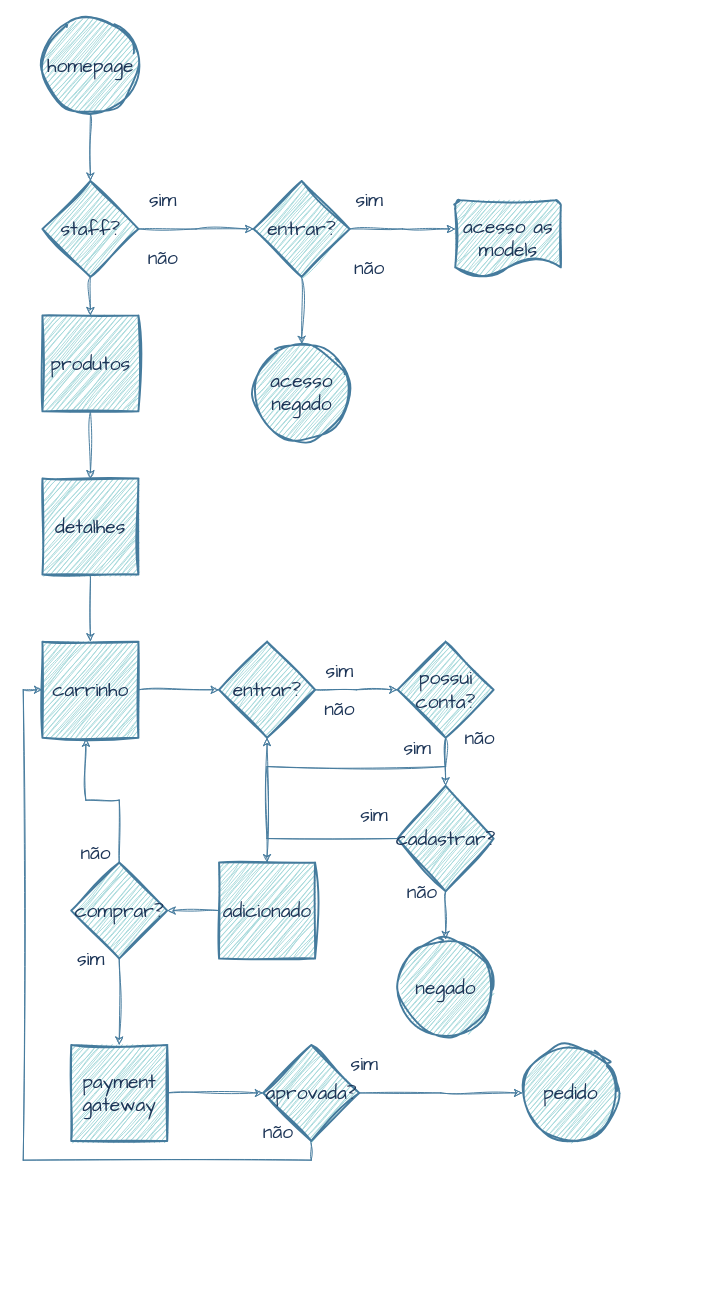
The draw.io diagram docs/fluxograma.drawio in rafaelngoncalves5/classewatches, before the edit. Source tidied: cells renumbered, new cells numbered last; positions are measured from the earlier drawing's top-left corner, leaving out a move shared by most shapes. Both pictures are drawn from the tidied source at 96%, with x=0, y=0 at pixel (42, 17).
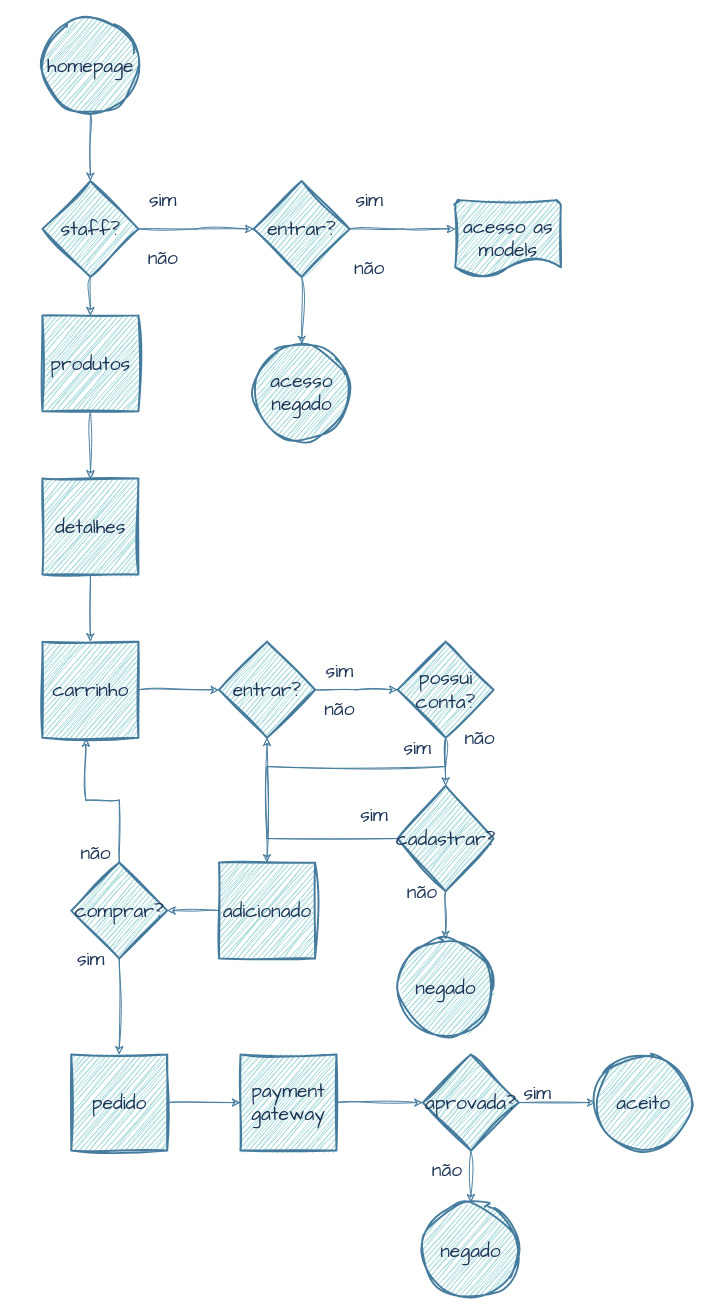
The same page after the edit.

The change refers to these unchanged cells:
```xml
<mxCell id="21" value="carrinho" style="rounded=0;whiteSpace=wrap;html=1;absoluteArcSize=1;arcSize=14;strokeWidth=2;hachureGap=4;fontFamily=Architects Daughter;fontSize=20;sketch=1;curveFitting=1;jiggle=2;labelBackgroundColor=none;fillColor=#A8DADC;strokeColor=#457B9D;fontColor=#1D3557;" parent="1" vertex="1">
  <mxGeometry x="-0.3" y="650" width="100" height="100" as="geometry" />
</mxCell>
<mxCell id="41" value="comprar?" style="strokeWidth=2;html=1;shape=mxgraph.flowchart.decision;whiteSpace=wrap;hachureGap=4;fontFamily=Architects Daughter;fontSize=20;rounded=0;sketch=1;curveFitting=1;jiggle=2;labelBackgroundColor=none;fillColor=#A8DADC;strokeColor=#457B9D;fontColor=#1D3557;" parent="1" vertex="1">
  <mxGeometry x="29.7" y="880" width="100" height="100" as="geometry" />
</mxCell>
```

Diff of the diagram source:
```diff
@@
-    <mxCell id="40" style="edgeStyle=orthogonalEdgeStyle;rounded=0;sketch=1;hachureGap=4;jiggle=2;curveFitting=1;jettySize=auto;html=1;exitX=0.5;exitY=1;exitDx=0;exitDy=0;exitPerimeter=0;fontFamily=Architects Daughter;fontSize=16;entryX=0.5;entryY=0;entryDx=0;entryDy=0;labelBackgroundColor=none;strokeColor=#457B9D;" parent="1" edge="1" source="41" target="45">
+    <mxCell id="40" style="edgeStyle=orthogonalEdgeStyle;rounded=0;sketch=1;hachureGap=4;jiggle=2;curveFitting=1;jettySize=auto;html=1;exitX=0.5;exitY=1;exitDx=0;exitDy=0;exitPerimeter=0;fontFamily=Architects Daughter;fontSize=16;entryX=0.5;entryY=0;entryDx=0;entryDy=0;labelBackgroundColor=none;strokeColor=#457B9D;" parent="1" edge="1" source="41" target="49">
       <mxGeometry relative="1" as="geometry" />
     </mxCell>
@@
-    <mxCell id="44" style="edgeStyle=orthogonalEdgeStyle;rounded=0;sketch=1;hachureGap=4;jiggle=2;curveFitting=1;jettySize=auto;html=1;exitX=1;exitY=0.5;exitDx=0;exitDy=0;entryX=0;entryY=0.5;entryDx=0;entryDy=0;entryPerimeter=0;fontFamily=Architects Daughter;fontSize=16;labelBackgroundColor=none;strokeColor=#457B9D;" parent="1" edge="1" source="45" target="48">
+    <mxCell id="44" style="edgeStyle=orthogonalEdgeStyle;rounded=0;sketch=1;hachureGap=4;jiggle=2;curveFitting=1;jettySize=auto;html=1;fontFamily=Architects Daughter;fontSize=16;entryX=0;entryY=0.5;entryDx=0;entryDy=0;entryPerimeter=0;labelBackgroundColor=none;strokeColor=#457B9D;" parent="1" edge="1" source="45" target="48">
       <mxGeometry relative="1" as="geometry" />
     </mxCell>
     <mxCell id="45" value="payment gateway" style="rounded=0;whiteSpace=wrap;html=1;absoluteArcSize=1;arcSize=14;strokeWidth=2;hachureGap=4;fontFamily=Architects Daughter;fontSize=20;sketch=1;curveFitting=1;jiggle=2;labelBackgroundColor=none;fillColor=#A8DADC;strokeColor=#457B9D;fontColor=#1D3557;" parent="1" vertex="1">
-      <mxGeometry x="29.7" y="1070" width="100" height="100" as="geometry" />
+      <mxGeometry x="206" y="1080" width="100" height="100" as="geometry" />
     </mxCell>
-    <mxCell id="46" style="edgeStyle=orthogonalEdgeStyle;rounded=0;sketch=1;hachureGap=4;jiggle=2;curveFitting=1;jettySize=auto;html=1;exitX=1;exitY=0.5;exitDx=0;exitDy=0;exitPerimeter=0;fontFamily=Architects Daughter;fontSize=16;labelBackgroundColor=none;strokeColor=#457B9D;" parent="1" edge="1" source="48">
-      <mxGeometry relative="1" as="geometry">
-        <mxPoint x="499.7" y="1120" as="targetPoint" />
-      </mxGeometry>
+    <mxCell id="46" style="edgeStyle=orthogonalEdgeStyle;rounded=0;sketch=1;hachureGap=4;jiggle=2;curveFitting=1;jettySize=auto;html=1;exitX=1;exitY=0.5;exitDx=0;exitDy=0;exitPerimeter=0;fontFamily=Architects Daughter;fontSize=16;labelBackgroundColor=none;strokeColor=#457B9D;entryX=0;entryY=0.5;entryDx=0;entryDy=0;entryPerimeter=0;" parent="1" edge="1" source="48" target="54">
+      <mxGeometry relative="1" as="geometry" />
     </mxCell>
-    <mxCell id="47" style="edgeStyle=orthogonalEdgeStyle;rounded=0;sketch=1;hachureGap=4;jiggle=2;curveFitting=1;jettySize=auto;html=1;exitX=0.5;exitY=1;exitDx=0;exitDy=0;exitPerimeter=0;fontFamily=Architects Daughter;fontSize=16;entryX=0;entryY=0.5;entryDx=0;entryDy=0;fillColor=#b1ddf0;strokeColor=#457B9D;labelBackgroundColor=none;" parent="1" edge="1" source="48" target="21">
-      <mxGeometry relative="1" as="geometry" />
-    </mxCell>
+    <mxCell id="52" style="edgeStyle=orthogonalEdgeStyle;rounded=0;sketch=1;hachureGap=4;jiggle=2;curveFitting=1;jettySize=auto;html=1;exitX=0.5;exitY=1;exitDx=0;exitDy=0;exitPerimeter=0;entryX=0.5;entryY=0;entryDx=0;entryDy=0;entryPerimeter=0;fontFamily=Architects Daughter;fontSize=16;labelBackgroundColor=none;strokeColor=#457B9D;" parent="1" edge="1" source="48" target="55">
+      <mxGeometry relative="1" as="geometry" />
+    </mxCell>
     <mxCell id="48" value="aprovada?" style="strokeWidth=2;html=1;shape=mxgraph.flowchart.decision;whiteSpace=wrap;hachureGap=4;fontFamily=Architects Daughter;fontSize=20;rounded=0;sketch=1;curveFitting=1;jiggle=2;labelBackgroundColor=none;fillColor=#A8DADC;strokeColor=#457B9D;fontColor=#1D3557;" parent="1" vertex="1">
-      <mxGeometry x="229.7" y="1070" width="100" height="100" as="geometry" />
+      <mxGeometry x="396" y="1080" width="100" height="100" as="geometry" />
     </mxCell>
-    <mxCell id="49" value="pedido" style="strokeWidth=2;html=1;shape=mxgraph.flowchart.start_2;whiteSpace=wrap;hachureGap=4;fontFamily=Architects Daughter;fontSize=20;rounded=0;sketch=1;curveFitting=1;jiggle=2;labelBackgroundColor=none;fillColor=#A8DADC;strokeColor=#457B9D;fontColor=#1D3557;" parent="1" vertex="1">
-      <mxGeometry x="499.7" y="1070" width="100" height="100" as="geometry" />
-    </mxCell>
     <mxCell id="50" value="sim" style="text;html=1;align=center;verticalAlign=middle;strokeColor=none;fillColor=none;fontSize=20;fontFamily=Architects Daughter;rounded=0;sketch=1;curveFitting=1;jiggle=2;labelBackgroundColor=none;fontColor=#1D3557;" parent="1" vertex="1">
-      <mxGeometry x="309.7" y="1070" width="50" height="40" as="geometry" />
+      <mxGeometry x="489.7" y="1100" width="50" height="40" as="geometry" />
     </mxCell>
     <mxCell id="51" value="não" style="text;html=1;align=center;verticalAlign=middle;strokeColor=none;fillColor=none;fontSize=20;fontFamily=Architects Daughter;rounded=0;sketch=1;curveFitting=1;jiggle=2;labelBackgroundColor=none;fontColor=#1D3557;" parent="1" vertex="1">
-      <mxGeometry x="219.7" y="1140" width="50" height="40" as="geometry" />
+      <mxGeometry x="396" y="1180" width="50" height="40" as="geometry" />
     </mxCell>
+    <mxCell id="53" style="edgeStyle=orthogonalEdgeStyle;rounded=0;sketch=1;hachureGap=4;jiggle=2;curveFitting=1;jettySize=auto;html=1;exitX=1;exitY=0.5;exitDx=0;exitDy=0;entryX=0;entryY=0.5;entryDx=0;entryDy=0;fontFamily=Architects Daughter;fontSize=16;labelBackgroundColor=none;strokeColor=#457B9D;" parent="1" edge="1" source="49" target="45">
+      <mxGeometry relative="1" as="geometry" />
+    </mxCell>
+    <mxCell id="49" value="pedido" style="rounded=0;whiteSpace=wrap;html=1;absoluteArcSize=1;arcSize=14;strokeWidth=2;hachureGap=4;fontFamily=Architects Daughter;fontSize=20;sketch=1;curveFitting=1;jiggle=2;labelBackgroundColor=none;fillColor=#A8DADC;strokeColor=#457B9D;fontColor=#1D3557;" parent="1" vertex="1">
+      <mxGeometry x="29.7" y="1080" width="100" height="100" as="geometry" />
+    </mxCell>
+    <mxCell id="54" value="aceito" style="strokeWidth=2;html=1;shape=mxgraph.flowchart.start_2;whiteSpace=wrap;hachureGap=4;fontFamily=Architects Daughter;fontSize=20;rounded=0;sketch=1;curveFitting=1;jiggle=2;labelBackgroundColor=none;fillColor=#A8DADC;strokeColor=#457B9D;fontColor=#1D3557;" parent="1" vertex="1">
+      <mxGeometry x="576" y="1080" width="100" height="100" as="geometry" />
+    </mxCell>
+    <mxCell id="55" value="negado" style="strokeWidth=2;html=1;shape=mxgraph.flowchart.start_2;whiteSpace=wrap;hachureGap=4;fontFamily=Architects Daughter;fontSize=20;rounded=0;sketch=1;curveFitting=1;jiggle=2;labelBackgroundColor=none;fillColor=#A8DADC;strokeColor=#457B9D;fontColor=#1D3557;" parent="1" vertex="1">
+      <mxGeometry x="396" y="1234" width="100" height="100" as="geometry" />
+    </mxCell>
```
